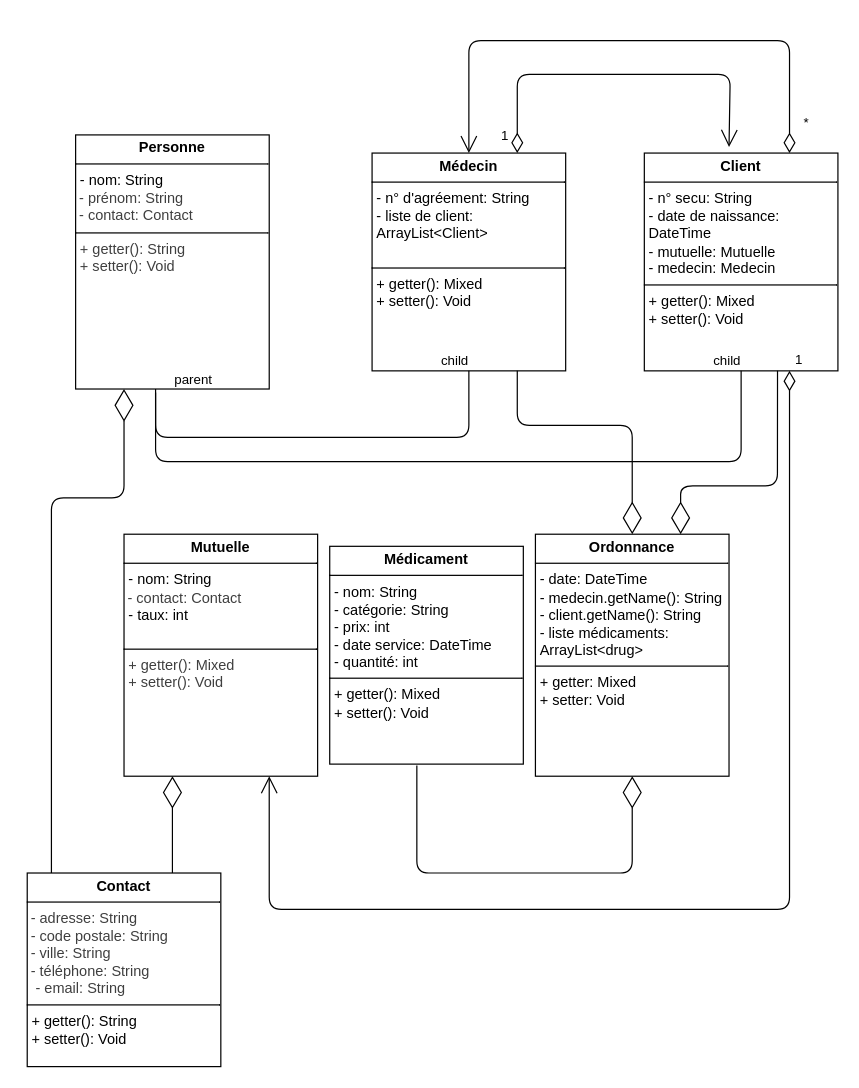
juliuselgringo/ECFjrou keeps this draw.io diagram as Sparadrap/src/training/afpa/sparadrap/uml/classDiagram.drawio. Above is the earlier version. Source tidied: cells renumbered, new cells numbered last; positions are measured from the earlier drawing's top-left corner, leaving out a move shared by most shapes. Both pictures are drawn from the tidied source at 121%, with x=0, y=0 at pixel (27, 40).
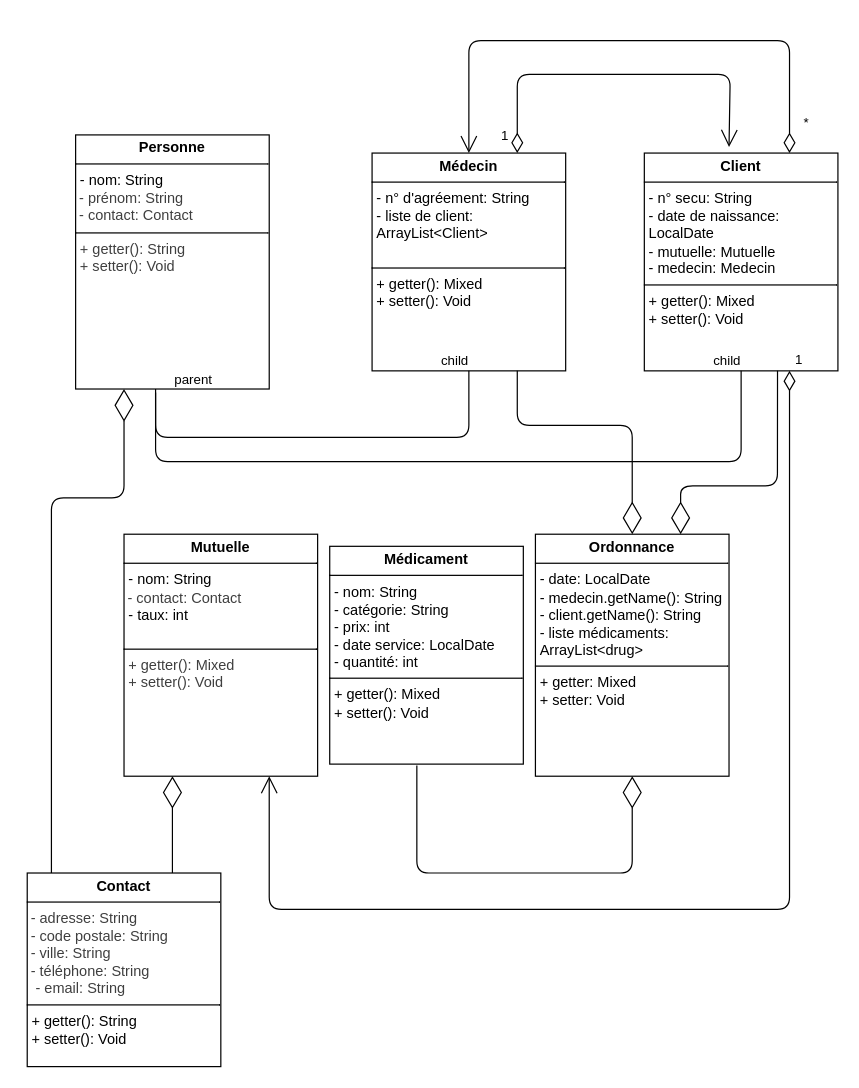
The same diagram, later.

What changed in the source:
```diff
@@
-    <mxCell id="3" value="&lt;p style=&quot;margin:0px;margin-top:4px;text-align:center;&quot;&gt;&lt;b&gt;Client&lt;/b&gt;&lt;/p&gt;&lt;hr size=&quot;1&quot; style=&quot;border-style:solid;&quot;&gt;&lt;p style=&quot;margin:0px;margin-left:4px;&quot;&gt;- n° secu: String&lt;/p&gt;&lt;p style=&quot;margin:0px;margin-left:4px;&quot;&gt;- date de naissance: DateTime&lt;/p&gt;&lt;p style=&quot;margin:0px;margin-left:4px;&quot;&gt;- mutuelle: Mutuelle&lt;/p&gt;&lt;p style=&quot;margin:0px;margin-left:4px;&quot;&gt;- medecin: Medecin&lt;/p&gt;&lt;hr size=&quot;1&quot; style=&quot;border-style:solid;&quot;&gt;&lt;p style=&quot;margin:0px;margin-left:4px;&quot;&gt;+ getter(): Mixed&lt;/p&gt;&lt;p style=&quot;margin:0px;margin-left:4px;&quot;&gt;+ setter(): Void&lt;/p&gt;" style="verticalAlign=top;align=left;overflow=fill;html=1;whiteSpace=wrap;" parent="1" vertex="1">
+    <mxCell id="3" value="&lt;p style=&quot;margin:0px;margin-top:4px;text-align:center;&quot;&gt;&lt;b&gt;Client&lt;/b&gt;&lt;/p&gt;&lt;hr size=&quot;1&quot; style=&quot;border-style:solid;&quot;&gt;&lt;p style=&quot;margin:0px;margin-left:4px;&quot;&gt;- n° secu: String&lt;/p&gt;&lt;p style=&quot;margin:0px;margin-left:4px;&quot;&gt;- date de naissance: LocalDate&lt;/p&gt;&lt;p style=&quot;margin:0px;margin-left:4px;&quot;&gt;- mutuelle: Mutuelle&lt;/p&gt;&lt;p style=&quot;margin:0px;margin-left:4px;&quot;&gt;- medecin: Medecin&lt;/p&gt;&lt;hr size=&quot;1&quot; style=&quot;border-style:solid;&quot;&gt;&lt;p style=&quot;margin:0px;margin-left:4px;&quot;&gt;+ getter(): Mixed&lt;/p&gt;&lt;p style=&quot;margin:0px;margin-left:4px;&quot;&gt;+ setter(): Void&lt;/p&gt;" style="verticalAlign=top;align=left;overflow=fill;html=1;whiteSpace=wrap;" parent="1" vertex="1">
       <mxGeometry x="510" y="93" width="160" height="180" as="geometry" />
     </mxCell>
-    <mxCell id="4" value="&lt;p style=&quot;margin:0px;margin-top:4px;text-align:center;&quot;&gt;&lt;b&gt;Médicament&lt;/b&gt;&lt;/p&gt;&lt;hr size=&quot;1&quot; style=&quot;border-style:solid;&quot;&gt;&lt;p style=&quot;margin:0px;margin-left:4px;&quot;&gt;- nom: String&lt;/p&gt;&lt;p style=&quot;margin:0px;margin-left:4px;&quot;&gt;- catégorie: String&lt;/p&gt;&lt;p style=&quot;margin:0px;margin-left:4px;&quot;&gt;- prix: int&lt;/p&gt;&lt;p style=&quot;margin:0px;margin-left:4px;&quot;&gt;- date service: DateTime&lt;/p&gt;&lt;p style=&quot;margin:0px;margin-left:4px;&quot;&gt;- quantité: int&lt;/p&gt;&lt;hr size=&quot;1&quot; style=&quot;border-style:solid;&quot;&gt;&lt;p style=&quot;margin:0px;margin-left:4px;&quot;&gt;+ getter(): Mixed&lt;/p&gt;&lt;p style=&quot;margin:0px;margin-left:4px;&quot;&gt;+ setter(): Void&lt;/p&gt;" style="verticalAlign=top;align=left;overflow=fill;html=1;whiteSpace=wrap;" parent="1" vertex="1">
+    <mxCell id="4" value="&lt;p style=&quot;margin:0px;margin-top:4px;text-align:center;&quot;&gt;&lt;b&gt;Médicament&lt;/b&gt;&lt;/p&gt;&lt;hr size=&quot;1&quot; style=&quot;border-style:solid;&quot;&gt;&lt;p style=&quot;margin:0px;margin-left:4px;&quot;&gt;- nom: String&lt;/p&gt;&lt;p style=&quot;margin:0px;margin-left:4px;&quot;&gt;- catégorie: String&lt;/p&gt;&lt;p style=&quot;margin:0px;margin-left:4px;&quot;&gt;- prix: int&lt;/p&gt;&lt;p style=&quot;margin:0px;margin-left:4px;&quot;&gt;- date service: LocalDate&lt;/p&gt;&lt;p style=&quot;margin:0px;margin-left:4px;&quot;&gt;- quantité: int&lt;/p&gt;&lt;hr size=&quot;1&quot; style=&quot;border-style:solid;&quot;&gt;&lt;p style=&quot;margin:0px;margin-left:4px;&quot;&gt;+ getter(): Mixed&lt;/p&gt;&lt;p style=&quot;margin:0px;margin-left:4px;&quot;&gt;+ setter(): Void&lt;/p&gt;" style="verticalAlign=top;align=left;overflow=fill;html=1;whiteSpace=wrap;" parent="1" vertex="1">
       <mxGeometry x="250" y="418" width="160" height="180" as="geometry" />
     </mxCell>
@@
-    <mxCell id="13" value="&lt;p style=&quot;margin:0px;margin-top:4px;text-align:center;&quot;&gt;&lt;b&gt;Ordonnance&lt;/b&gt;&lt;/p&gt;&lt;hr size=&quot;1&quot; style=&quot;border-style:solid;&quot;&gt;&lt;p style=&quot;margin:0px;margin-left:4px;&quot;&gt;- date: DateTime&lt;/p&gt;&lt;p style=&quot;margin:0px;margin-left:4px;&quot;&gt;- medecin.getName(): String&lt;/p&gt;&lt;p style=&quot;margin:0px;margin-left:4px;&quot;&gt;- client.getName(): String&lt;/p&gt;&lt;p style=&quot;margin:0px;margin-left:4px;&quot;&gt;- liste médicaments: ArrayList&amp;lt;drug&amp;gt;&lt;/p&gt;&lt;hr size=&quot;1&quot; style=&quot;border-style:solid;&quot;&gt;&lt;p style=&quot;margin:0px;margin-left:4px;&quot;&gt;+ getter: Mixed&lt;/p&gt;&lt;p style=&quot;margin:0px;margin-left:4px;&quot;&gt;+ setter: Void&lt;/p&gt;" style="verticalAlign=top;align=left;overflow=fill;html=1;whiteSpace=wrap;" parent="1" vertex="1">
+    <mxCell id="13" value="&lt;p style=&quot;margin:0px;margin-top:4px;text-align:center;&quot;&gt;&lt;b&gt;Ordonnance&lt;/b&gt;&lt;/p&gt;&lt;hr size=&quot;1&quot; style=&quot;border-style:solid;&quot;&gt;&lt;p style=&quot;margin:0px;margin-left:4px;&quot;&gt;- date: LocalDate&lt;/p&gt;&lt;p style=&quot;margin:0px;margin-left:4px;&quot;&gt;- medecin.getName(): String&lt;/p&gt;&lt;p style=&quot;margin:0px;margin-left:4px;&quot;&gt;- client.getName(): String&lt;/p&gt;&lt;p style=&quot;margin:0px;margin-left:4px;&quot;&gt;- liste médicaments: ArrayList&amp;lt;drug&amp;gt;&lt;/p&gt;&lt;hr size=&quot;1&quot; style=&quot;border-style:solid;&quot;&gt;&lt;p style=&quot;margin:0px;margin-left:4px;&quot;&gt;+ getter: Mixed&lt;/p&gt;&lt;p style=&quot;margin:0px;margin-left:4px;&quot;&gt;+ setter: Void&lt;/p&gt;" style="verticalAlign=top;align=left;overflow=fill;html=1;whiteSpace=wrap;" parent="1" vertex="1">
       <mxGeometry x="420" y="408" width="160" height="200" as="geometry" />
     </mxCell>
```
